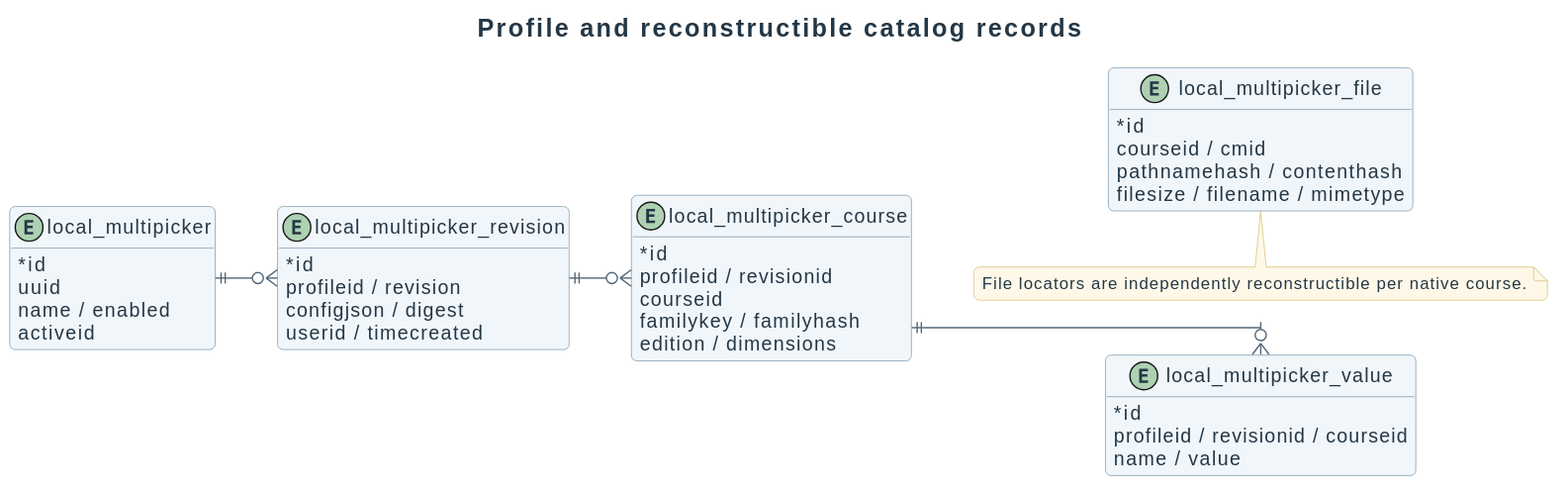
The PlantUML diagram docs/diagrams/design/catalog-data-model.svg in didactika/moodle-local_coursefiles, before a commit.
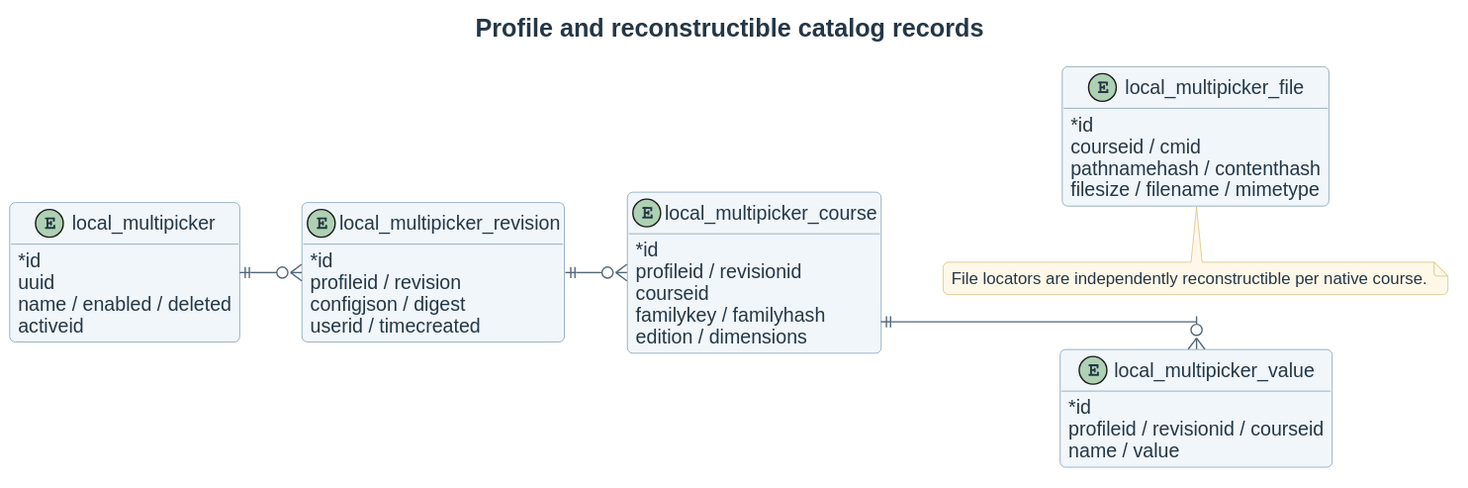
After the commit.

What changed in the source:
```diff
@@ -6,7 +6,7 @@
 entity "local_multipicker" as profile {
   * id
   uuid
-  name / enabled
+  name / enabled / deleted
   activeid
 }
 
```
